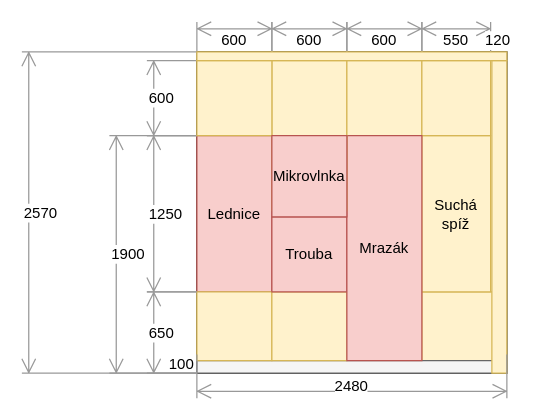
Earlier version of the draw.io diagram docs/src/static/drawings/kitchen.wall-appliances.drawio (surquest/flat-renovation). Source tidied: cells renumbered, new cells numbered last; positions are measured from the earlier drawing's top-left corner, leaving out a move shared by most shapes. Both pictures are drawn from the tidied source at 125%, with x=0, y=0 at pixel (21, 21).
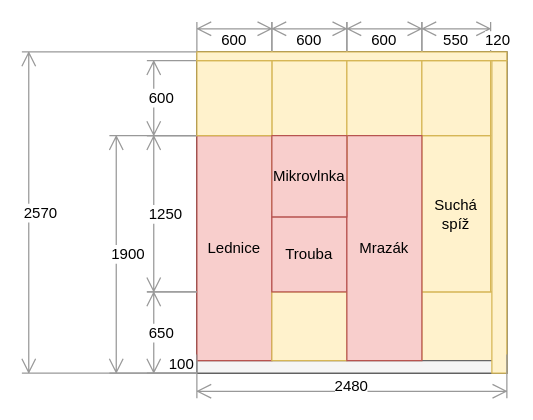
Above is the later version.

Commit message:
Bigger refrigerator

The edit, as a diff of the source:
```diff
@@
     <mxCell id="5" value="Lednice" style="rounded=0;whiteSpace=wrap;html=1;fillColor=#f8cecc;strokeColor=#b85450;" parent="1" vertex="1">
-      <mxGeometry x="140" y="91" width="60" height="125" as="geometry" />
+      <mxGeometry x="140" y="91" width="60" height="180" as="geometry" />
     </mxCell>
@@
-    <mxCell id="10" style="rounded=0;whiteSpace=wrap;html=1;fillColor=#fff2cc;strokeColor=#d6b656;" parent="1" vertex="1">
-      <mxGeometry x="140" y="216" width="60" height="55" as="geometry" />
-    </mxCell>
```
